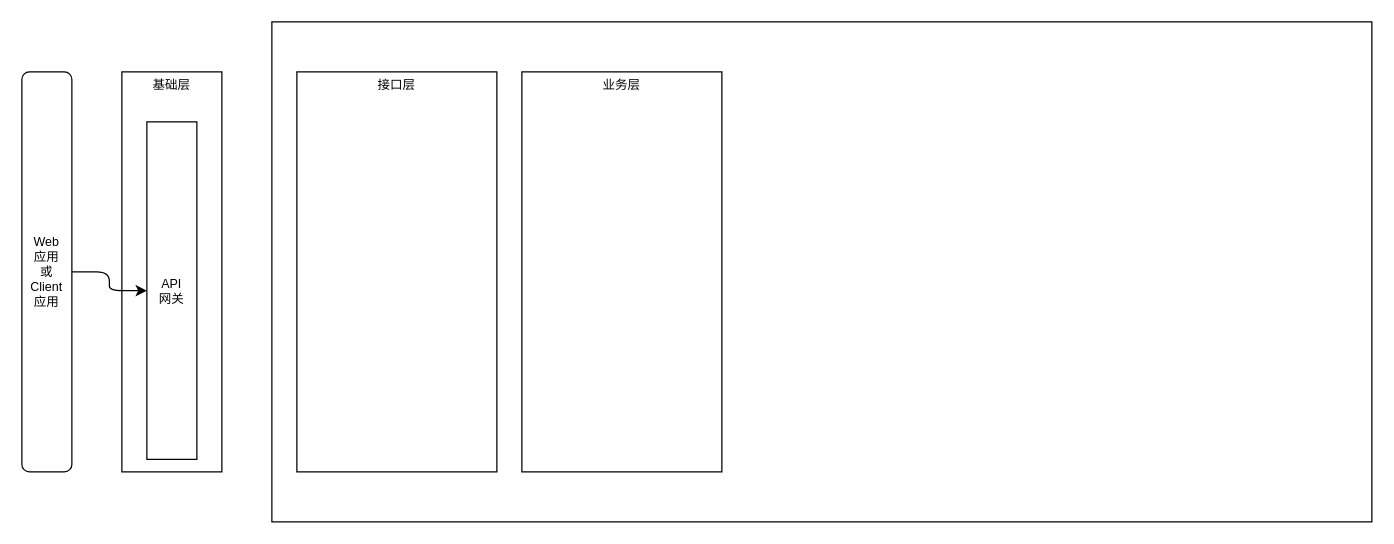
This is leyan/policy/Policy系统分层设计图1.drawio from GeekKwok/UML, a draw.io file, before an edit. Source tidied: cells renumbered, new cells numbered last; positions are measured from the earlier drawing's top-left corner, leaving out a move shared by most shapes. Both pictures are drawn from the tidied source at 125%, with x=0, y=0 at pixel (21, 21).
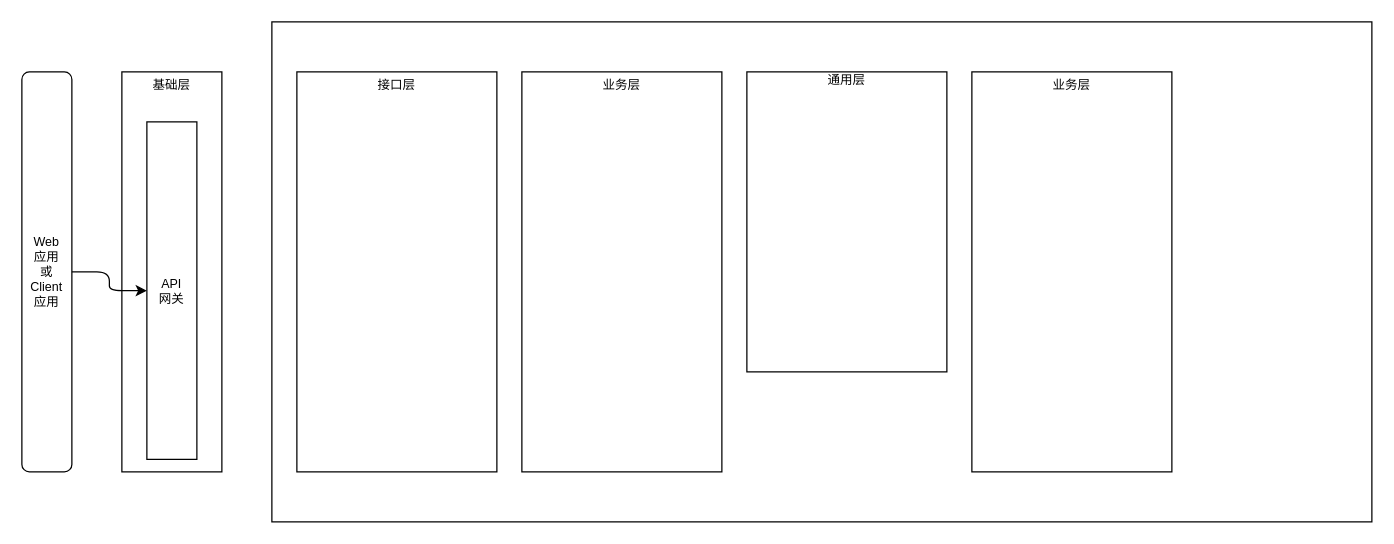
The same page after the edit.

Commit message (it also covers changes not shown here):
Update Policy系统分层设计图1.drawio

What changed in the source:
```diff
@@
 <mxGraphModel>
   <root>
     <mxCell id="0" />
     <mxCell id="1" parent="0" />
     <mxCell id="2" value="Web&lt;br style=&quot;font-size: 10px;&quot;&gt;应用&lt;br style=&quot;font-size: 10px;&quot;&gt;或&lt;br style=&quot;font-size: 10px;&quot;&gt;Client&lt;br style=&quot;font-size: 10px;&quot;&gt;应用" style="rounded=1;whiteSpace=wrap;html=1;fontSize=10;" parent="1" vertex="1">
       <mxGeometry y="40" width="40" height="320" as="geometry" />
     </mxCell>
     <mxCell id="3" value="基础层&lt;br style=&quot;font-size: 10px&quot;&gt;&lt;br style=&quot;font-size: 10px&quot;&gt;&lt;br style=&quot;font-size: 10px&quot;&gt;&lt;br style=&quot;font-size: 10px&quot;&gt;&lt;br style=&quot;font-size: 10px&quot;&gt;&lt;br&gt;&lt;br&gt;&lt;br&gt;&lt;br&gt;&lt;br&gt;&lt;br style=&quot;font-size: 10px&quot;&gt;&lt;br style=&quot;font-size: 10px&quot;&gt;&lt;br style=&quot;font-size: 10px&quot;&gt;&lt;br style=&quot;font-size: 10px&quot;&gt;&lt;br style=&quot;font-size: 10px&quot;&gt;&lt;br style=&quot;font-size: 10px&quot;&gt;&lt;br style=&quot;font-size: 10px&quot;&gt;&lt;br style=&quot;font-size: 10px&quot;&gt;&lt;br style=&quot;font-size: 10px&quot;&gt;&lt;br style=&quot;font-size: 10px&quot;&gt;&lt;br style=&quot;font-size: 10px&quot;&gt;&lt;br style=&quot;font-size: 10px&quot;&gt;&lt;br style=&quot;font-size: 10px&quot;&gt;&lt;br style=&quot;font-size: 10px&quot;&gt;&lt;br style=&quot;font-size: 10px&quot;&gt;&lt;br style=&quot;font-size: 10px&quot;&gt;" style="rounded=0;whiteSpace=wrap;html=1;fontSize=10;" parent="1" vertex="1">
       <mxGeometry x="80" y="40" width="80" height="320" as="geometry" />
     </mxCell>
     <mxCell id="4" style="rounded=0;whiteSpace=wrap;html=1;fontSize=10;" parent="1" vertex="1">
       <mxGeometry x="200" width="880" height="400" as="geometry" />
     </mxCell>
     <mxCell id="5" value="API&lt;br style=&quot;font-size: 10px;&quot;&gt;网关" style="rounded=0;whiteSpace=wrap;html=1;fontSize=10;" parent="1" vertex="1">
       <mxGeometry x="100" y="80" width="40" height="270" as="geometry" />
     </mxCell>
     <mxCell id="6" style="edgeStyle=orthogonalEdgeStyle;rounded=1;jettySize=auto;html=1;exitX=1;exitY=0.5;exitDx=0;exitDy=0;entryX=0;entryY=0.5;entryDx=0;entryDy=0;fontSize=10;" parent="1" edge="1" source="2" target="5">
       <mxGeometry relative="1" as="geometry" />
     </mxCell>
     <mxCell id="7" value="接口层&lt;br style=&quot;font-size: 10px&quot;&gt;&lt;br style=&quot;font-size: 10px&quot;&gt;&lt;br style=&quot;font-size: 10px&quot;&gt;&lt;br style=&quot;font-size: 10px&quot;&gt;&lt;br&gt;&lt;br&gt;&lt;br&gt;&lt;br&gt;&lt;br&gt;&lt;br style=&quot;font-size: 10px&quot;&gt;&lt;br style=&quot;font-size: 10px&quot;&gt;&lt;br style=&quot;font-size: 10px&quot;&gt;&lt;br style=&quot;font-size: 10px&quot;&gt;&lt;br style=&quot;font-size: 10px&quot;&gt;&lt;br style=&quot;font-size: 10px&quot;&gt;&lt;br style=&quot;font-size: 10px&quot;&gt;&lt;br style=&quot;font-size: 10px&quot;&gt;&lt;br style=&quot;font-size: 10px&quot;&gt;&lt;br style=&quot;font-size: 10px&quot;&gt;&lt;br style=&quot;font-size: 10px&quot;&gt;&lt;br style=&quot;font-size: 10px&quot;&gt;&lt;br style=&quot;font-size: 10px&quot;&gt;&lt;br style=&quot;font-size: 10px&quot;&gt;&lt;br style=&quot;font-size: 10px&quot;&gt;&lt;br style=&quot;font-size: 10px&quot;&gt;&lt;br style=&quot;font-size: 10px&quot;&gt;" style="rounded=0;whiteSpace=wrap;html=1;fontSize=10;" parent="1" vertex="1">
       <mxGeometry x="220" y="40" width="160" height="320" as="geometry" />
     </mxCell>
     <mxCell id="8" value="业务层&lt;br style=&quot;font-size: 10px&quot;&gt;&lt;br style=&quot;font-size: 10px&quot;&gt;&lt;br style=&quot;font-size: 10px&quot;&gt;&lt;br style=&quot;font-size: 10px&quot;&gt;&lt;br style=&quot;font-size: 10px&quot;&gt;&lt;br&gt;&lt;br&gt;&lt;br&gt;&lt;br&gt;&lt;br&gt;&lt;br&gt;&lt;br style=&quot;font-size: 10px&quot;&gt;&lt;br style=&quot;font-size: 10px&quot;&gt;&lt;br style=&quot;font-size: 10px&quot;&gt;&lt;br style=&quot;font-size: 10px&quot;&gt;&lt;br style=&quot;font-size: 10px&quot;&gt;&lt;br style=&quot;font-size: 10px&quot;&gt;&lt;br style=&quot;font-size: 10px&quot;&gt;&lt;br style=&quot;font-size: 10px&quot;&gt;&lt;br style=&quot;font-size: 10px&quot;&gt;&lt;br style=&quot;font-size: 10px&quot;&gt;&lt;br style=&quot;font-size: 10px&quot;&gt;&lt;br style=&quot;font-size: 10px&quot;&gt;&lt;br style=&quot;font-size: 10px&quot;&gt;&lt;br style=&quot;font-size: 10px&quot;&gt;&lt;br style=&quot;font-size: 10px&quot;&gt;" style="rounded=0;whiteSpace=wrap;html=1;fontSize=10;" parent="1" vertex="1">
       <mxGeometry x="400" y="40" width="160" height="320" as="geometry" />
     </mxCell>
+    <mxCell id="9" value="通用层&lt;br style=&quot;font-size: 10px&quot;&gt;&lt;br style=&quot;font-size: 10px&quot;&gt;&lt;br style=&quot;font-size: 10px&quot;&gt;&lt;br&gt;&lt;br&gt;&lt;br&gt;&lt;br&gt;&lt;br&gt;&lt;br&gt;&lt;br&gt;&lt;br&gt;&lt;br style=&quot;font-size: 10px&quot;&gt;&lt;br style=&quot;font-size: 10px&quot;&gt;&lt;br style=&quot;font-size: 10px&quot;&gt;&lt;br style=&quot;font-size: 10px&quot;&gt;&lt;br style=&quot;font-size: 10px&quot;&gt;&lt;br style=&quot;font-size: 10px&quot;&gt;&lt;br style=&quot;font-size: 10px&quot;&gt;&lt;br style=&quot;font-size: 10px&quot;&gt;&lt;br style=&quot;font-size: 10px&quot;&gt;" style="rounded=0;whiteSpace=wrap;html=1;fontSize=10;" parent="1" vertex="1">
+      <mxGeometry x="580" y="40" width="160" height="240" as="geometry" />
+    </mxCell>
+    <mxCell id="10" value="业务层&lt;br style=&quot;font-size: 10px&quot;&gt;&lt;br style=&quot;font-size: 10px&quot;&gt;&lt;br style=&quot;font-size: 10px&quot;&gt;&lt;br style=&quot;font-size: 10px&quot;&gt;&lt;br style=&quot;font-size: 10px&quot;&gt;&lt;br&gt;&lt;br&gt;&lt;br&gt;&lt;br&gt;&lt;br&gt;&lt;br&gt;&lt;br style=&quot;font-size: 10px&quot;&gt;&lt;br style=&quot;font-size: 10px&quot;&gt;&lt;br style=&quot;font-size: 10px&quot;&gt;&lt;br style=&quot;font-size: 10px&quot;&gt;&lt;br style=&quot;font-size: 10px&quot;&gt;&lt;br style=&quot;font-size: 10px&quot;&gt;&lt;br style=&quot;font-size: 10px&quot;&gt;&lt;br style=&quot;font-size: 10px&quot;&gt;&lt;br style=&quot;font-size: 10px&quot;&gt;&lt;br style=&quot;font-size: 10px&quot;&gt;&lt;br style=&quot;font-size: 10px&quot;&gt;&lt;br style=&quot;font-size: 10px&quot;&gt;&lt;br style=&quot;font-size: 10px&quot;&gt;&lt;br style=&quot;font-size: 10px&quot;&gt;&lt;br style=&quot;font-size: 10px&quot;&gt;" style="rounded=0;whiteSpace=wrap;html=1;fontSize=10;" parent="1" vertex="1">
+      <mxGeometry x="760" y="40" width="160" height="320" as="geometry" />
+    </mxCell>
   </root>
 </mxGraphModel>
```
